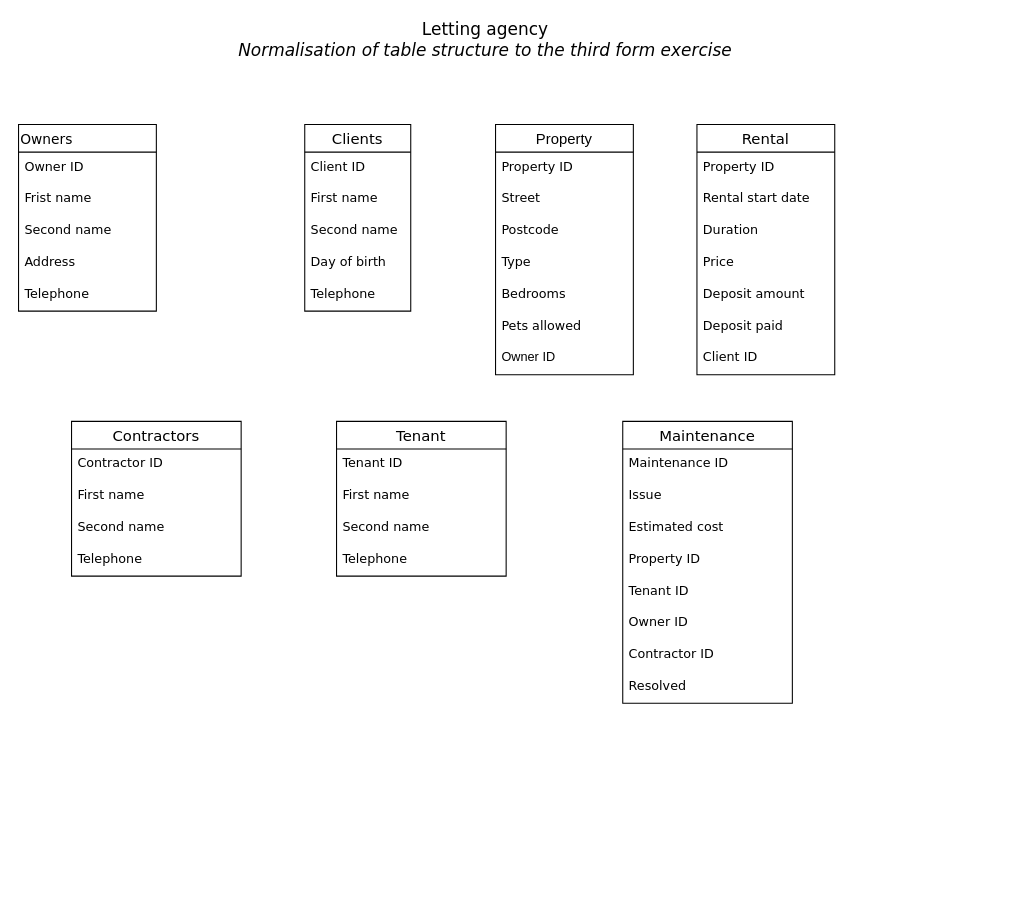
Earlier version of the draw.io diagram 3NF table structure.drawio (Richard-A-llen/Python). Source tidied: cells renumbered, new cells numbered last; positions are measured from the earlier drawing's top-left corner, leaving out a move shared by most shapes. Both pictures are drawn from the tidied source at 106%, with x=0, y=0 at pixel (18, 18).
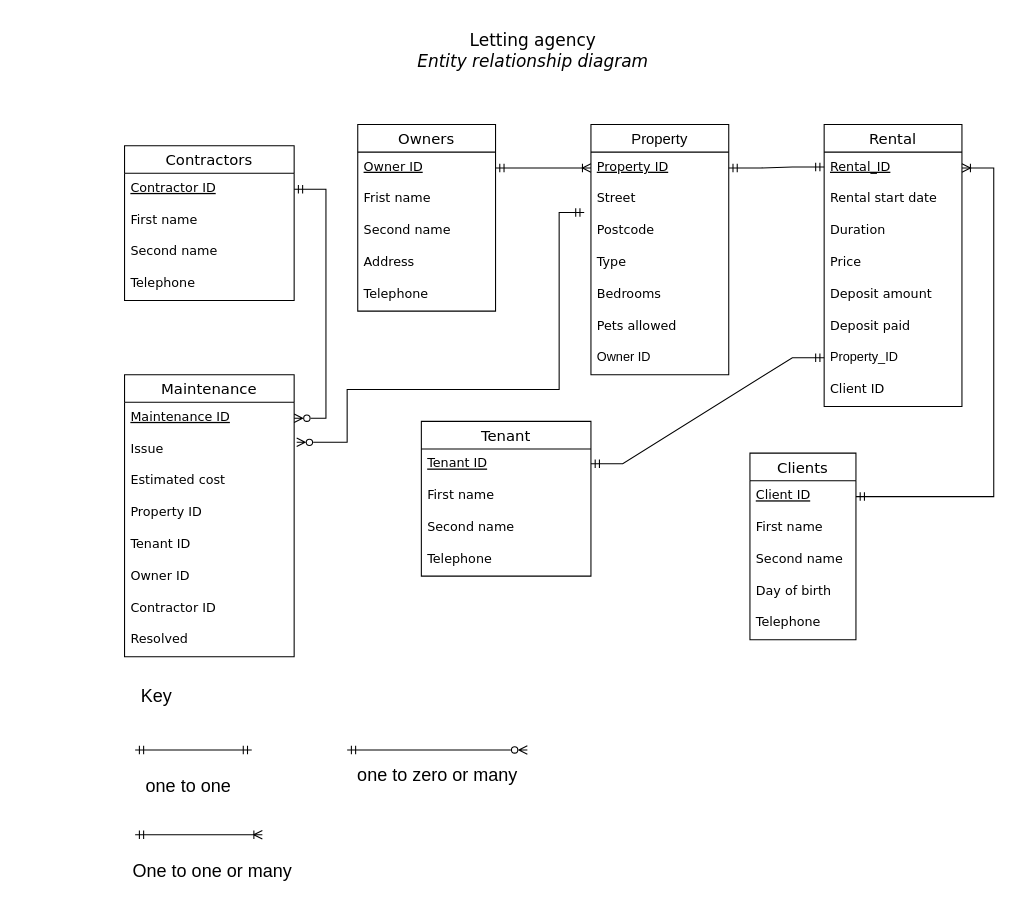
After the change.

Unchanged cells that the change refers to:
```xml
<mxCell id="11" value="Postcode" style="text;strokeColor=none;fillColor=none;spacingLeft=4;spacingRight=4;overflow=hidden;points=[[0,0.5],[1,0.5]];portConstraint=eastwest;fontSize=12;fontFamily=Verdana;" parent="8" vertex="1">
  <mxGeometry y="86" width="130" height="30" as="geometry" />
</mxCell>
<mxCell id="37" value="Issue" style="text;strokeColor=none;fillColor=none;spacingLeft=4;spacingRight=4;overflow=hidden;points=[[0,0.5],[1,0.5]];portConstraint=eastwest;fontSize=12;fontFamily=Verdana;" parent="35" vertex="1">
  <mxGeometry y="56" width="160" height="30" as="geometry" />
</mxCell>
```

Change to the diagram source:
```diff
@@
-    <mxCell id="2" value="Owners" style="swimlane;fontStyle=0;horizontal=1;startSize=26;align=left;fontSize=13;fontFamily=Verdana;" parent="1" vertex="1">
-      <mxGeometry y="100" width="130" height="176" as="geometry" />
+    <mxCell id="2" value="Owners" style="swimlane;fontStyle=0;horizontal=1;startSize=26;align=center;fontSize=14;fontFamily=Verdana;" parent="1" vertex="1">
+      <mxGeometry x="320" y="100" width="130" height="176" as="geometry" />
     </mxCell>
-    <mxCell id="3" value="Owner ID" style="text;strokeColor=none;fillColor=none;spacingLeft=4;spacingRight=4;overflow=hidden;fontSize=12;fontFamily=Verdana;align=left;" parent="2" vertex="1">
+    <mxCell id="3" value="Owner ID" style="text;strokeColor=none;fillColor=none;spacingLeft=4;spacingRight=4;overflow=hidden;fontSize=12;fontFamily=Verdana;align=left;fontStyle=4;" parent="2" vertex="1">
       <mxGeometry y="26" width="130" height="30" as="geometry" />
     </mxCell>
@@
     <mxCell id="8" value="Property" style="swimlane;fontStyle=0;horizontal=1;startSize=26;align=center;fontSize=14;fontFamily=Helvetica;" parent="1" vertex="1">
-      <mxGeometry x="450" y="100" width="130" height="236" as="geometry" />
+      <mxGeometry x="540" y="100" width="130" height="236" as="geometry" />
     </mxCell>
-    <mxCell id="9" value="Property ID" style="text;strokeColor=none;fillColor=none;spacingLeft=4;spacingRight=4;overflow=hidden;points=[[0,0.5],[1,0.5]];portConstraint=eastwest;fontSize=12;fontFamily=Verdana;" parent="8" vertex="1">
+    <mxCell id="9" value="Property ID" style="text;strokeColor=none;fillColor=none;spacingLeft=4;spacingRight=4;overflow=hidden;points=[[0,0.5],[1,0.5]];portConstraint=eastwest;fontSize=12;fontFamily=Verdana;fontStyle=4;" parent="8" vertex="1">
       <mxGeometry y="26" width="130" height="30" as="geometry" />
     </mxCell>
@@
     <mxCell id="16" value="Rental" style="swimlane;fontStyle=0;horizontal=1;startSize=26;align=center;fontSize=14;fontFamily=Verdana;" parent="1" vertex="1">
-      <mxGeometry x="640" y="100" width="130" height="236" as="geometry" />
+      <mxGeometry x="760" y="100" width="130" height="266" as="geometry" />
     </mxCell>
-    <mxCell id="17" value="Property ID" style="text;strokeColor=none;fillColor=none;spacingLeft=4;spacingRight=4;overflow=hidden;points=[[0,0.5],[1,0.5]];portConstraint=eastwest;fontSize=12;fontFamily=Verdana;" parent="16" vertex="1">
+    <mxCell id="17" value="Rental_ID" style="text;strokeColor=none;fillColor=none;spacingLeft=4;spacingRight=4;overflow=hidden;points=[[0,0.5],[1,0.5]];portConstraint=eastwest;fontSize=12;fontFamily=Verdana;fontStyle=4;" parent="16" vertex="1">
       <mxGeometry y="26" width="130" height="30" as="geometry" />
     </mxCell>
@@
+    <mxCell id="50" value="Property_ID" style="text;strokeColor=none;fillColor=none;spacingLeft=4;spacingRight=4;overflow=hidden;fontSize=12;dashed=1;" parent="16" vertex="1">
+      <mxGeometry y="206" width="130" height="30" as="geometry" />
+    </mxCell>
-    <mxCell id="23" value="Client ID" style="text;strokeColor=none;fillColor=none;spacingLeft=4;spacingRight=4;overflow=hidden;fontSize=12;fontFamily=Verdana;" parent="16" vertex="1">
-      <mxGeometry y="206" width="130" height="30" as="geometry" />
+    <mxCell id="23" value="Client ID" style="text;strokeColor=none;fillColor=none;spacingLeft=4;spacingRight=4;overflow=hidden;fontSize=12;fontFamily=Verdana;fontStyle=0;dashed=1;strokeWidth=2;perimeterSpacing=5;verticalAlign=top;" parent="16" vertex="1">
+      <mxGeometry y="236" width="130" height="30" as="geometry" />
     </mxCell>
     <mxCell id="24" value="Contractors" style="swimlane;fontStyle=0;horizontal=1;startSize=26;align=center;fontSize=14;fontFamily=Verdana;" parent="1" vertex="1">
-      <mxGeometry x="50" y="380" width="160" height="146" as="geometry" />
+      <mxGeometry x="100" y="120" width="160" height="146" as="geometry" />
     </mxCell>
-    <mxCell id="25" value="Contractor ID" style="text;strokeColor=none;fillColor=none;spacingLeft=4;spacingRight=4;overflow=hidden;points=[[0,0.5],[1,0.5]];portConstraint=eastwest;fontSize=12;fontFamily=Verdana;" parent="24" vertex="1">
+    <mxCell id="25" value="Contractor ID" style="text;strokeColor=none;fillColor=none;spacingLeft=4;spacingRight=4;overflow=hidden;points=[[0,0.5],[1,0.5]];portConstraint=eastwest;fontSize=12;fontFamily=Verdana;fontStyle=4;" parent="24" vertex="1">
       <mxGeometry y="26" width="160" height="30" as="geometry" />
     </mxCell>
@@
     <mxCell id="29" value="Clients" style="swimlane;fontStyle=0;horizontal=1;startSize=26;align=center;fontSize=14;fontFamily=Verdana;" parent="1" vertex="1">
-      <mxGeometry x="270" y="100" width="100" height="176" as="geometry" />
+      <mxGeometry x="690" y="410" width="100" height="176" as="geometry" />
     </mxCell>
-    <mxCell id="30" value="Client ID" style="text;strokeColor=none;fillColor=none;spacingLeft=4;spacingRight=4;overflow=hidden;points=[[0,0.5],[1,0.5]];portConstraint=eastwest;fontSize=12;fontFamily=Verdana;align=left;" parent="29" vertex="1">
+    <mxCell id="30" value="Client ID" style="text;strokeColor=none;fillColor=none;spacingLeft=4;spacingRight=4;overflow=hidden;points=[[0,0.5],[1,0.5]];portConstraint=eastwest;fontSize=12;fontFamily=Verdana;align=left;fontStyle=4;" parent="29" vertex="1">
       <mxGeometry y="26" width="100" height="30" as="geometry" />
     </mxCell>
@@
     <mxCell id="35" value="Maintenance" style="swimlane;fontStyle=0;horizontal=1;startSize=26;align=center;fontSize=14;fontFamily=Verdana;" parent="1" vertex="1">
-      <mxGeometry x="570" y="380" width="160" height="266" as="geometry" />
+      <mxGeometry x="100" y="336" width="160" height="266" as="geometry" />
     </mxCell>
-    <mxCell id="36" value="Maintenance ID" style="text;strokeColor=none;fillColor=none;spacingLeft=4;spacingRight=4;overflow=hidden;points=[[0,0.5],[1,0.5]];portConstraint=eastwest;fontSize=12;fontFamily=Verdana;" parent="35" vertex="1">
+    <mxCell id="36" value="Maintenance ID" style="text;strokeColor=none;fillColor=none;spacingLeft=4;spacingRight=4;overflow=hidden;points=[[0,0.5],[1,0.5]];portConstraint=eastwest;fontSize=12;fontFamily=Verdana;fontStyle=4;" parent="35" vertex="1">
       <mxGeometry y="26" width="160" height="30" as="geometry" />
     </mxCell>
@@
     <mxCell id="44" value="Tenant" style="swimlane;fontStyle=0;horizontal=1;startSize=26;align=center;fontSize=14;fontFamily=Verdana;" parent="1" vertex="1">
-      <mxGeometry x="300" y="380" width="160" height="146" as="geometry" />
+      <mxGeometry x="380" y="380" width="160" height="146" as="geometry" />
     </mxCell>
-    <mxCell id="45" value="Tenant ID" style="text;strokeColor=none;fillColor=none;spacingLeft=4;spacingRight=4;overflow=hidden;fontSize=12;fontFamily=Verdana;" parent="44" vertex="1">
+    <mxCell id="45" value="Tenant ID" style="text;strokeColor=none;fillColor=none;spacingLeft=4;spacingRight=4;overflow=hidden;fontSize=12;fontFamily=Verdana;fontStyle=4;" parent="44" vertex="1">
       <mxGeometry y="26" width="160" height="30" as="geometry" />
     </mxCell>
@@
-    <mxCell id="49" value="&lt;font style=&quot;font-size: 16px&quot;&gt;Letting agency&lt;br&gt;&lt;i&gt;Normalisation of table structure to the third form exercise&lt;/i&gt;&lt;br&gt;&lt;/font&gt;" style="text;html=1;align=center;verticalAlign=middle;strokeColor=none;fillColor=none;fontSize=13;fontFamily=Verdana;" parent="1" vertex="1">
-      <mxGeometry x="200" width="480" height="40" as="geometry" />
+    <mxCell id="49" value="&lt;font style=&quot;font-size: 16px&quot;&gt;Letting agency&lt;br&gt;&lt;i&gt;Entity relationship diagram&lt;/i&gt;&lt;br&gt;&lt;/font&gt;" style="text;html=1;align=center;verticalAlign=middle;strokeColor=none;fillColor=none;fontSize=13;fontFamily=Verdana;" parent="1" vertex="1">
+      <mxGeometry x="370" y="10" width="230" height="40" as="geometry" />
     </mxCell>
+    <mxCell id="51" style="edgeStyle=entityRelationEdgeStyle;fontSize=12;html=1;endArrow=ERmandOne;startArrow=ERmandOne;rounded=0;exitX=1;exitY=0.5;exitDx=0;exitDy=0;" parent="1" edge="1" source="9">
+      <mxGeometry relative="1" as="geometry">
+        <mxPoint x="760" y="140" as="targetPoint" />
+      </mxGeometry>
+    </mxCell>
+    <mxCell id="52" style="edgeStyle=entityRelationEdgeStyle;fontSize=12;html=1;endArrow=ERoneToMany;startArrow=ERmandOne;rounded=0;entryX=0;entryY=0.5;entryDx=0;entryDy=0;strokeWidth=1;startFill=0;" parent="1" edge="1" target="9">
+      <mxGeometry relative="1" as="geometry">
+        <mxPoint x="450" y="141" as="sourcePoint" />
+      </mxGeometry>
+    </mxCell>
+    <mxCell id="53" style="edgeStyle=entityRelationEdgeStyle;fontSize=12;html=1;endArrow=ERoneToMany;startArrow=ERmandOne;rounded=0;strokeWidth=1;endFill=0;" parent="1" edge="1" source="30" target="17">
+      <mxGeometry relative="1" as="geometry" />
+    </mxCell>
+    <mxCell id="54" style="edgeStyle=none;rounded=0;orthogonalLoop=1;jettySize=auto;html=1;exitX=0.75;exitY=0;exitDx=0;exitDy=0;endArrow=ERone;endFill=0;strokeWidth=1;" parent="1" edge="1" source="44" target="44">
+      <mxGeometry relative="1" as="geometry" />
+    </mxCell>
+    <mxCell id="55" style="edgeStyle=entityRelationEdgeStyle;fontSize=12;html=1;endArrow=ERmandOne;startArrow=ERmandOne;rounded=0;strokeWidth=1;" parent="1" edge="1">
+      <mxGeometry relative="1" as="geometry">
+        <mxPoint x="540" y="420" as="sourcePoint" />
+        <mxPoint x="760" y="320" as="targetPoint" />
+      </mxGeometry>
+    </mxCell>
+    <mxCell id="56" style="edgeStyle=entityRelationEdgeStyle;fontSize=12;html=1;endArrow=ERmandOne;startArrow=ERzeroToMany;rounded=0;strokeWidth=1;endFill=0;startFill=0;" parent="1" edge="1" source="36" target="25">
+      <mxGeometry relative="1" as="geometry" />
+    </mxCell>
+    <mxCell id="57" style="edgeStyle=orthogonalEdgeStyle;fontSize=12;html=1;endArrow=ERmandOne;startArrow=ERzeroToMany;strokeWidth=1;entryX=-0.049;entryY=-0.1;entryDx=0;entryDy=0;entryPerimeter=0;exitX=1.015;exitY=0.26;exitDx=0;exitDy=0;exitPerimeter=0;rounded=0;startFill=0;endFill=0;" parent="1" edge="1" source="37" target="11">
+      <mxGeometry relative="1" as="geometry">
+        <Array as="points">
+          <mxPoint x="310" y="400" />
+          <mxPoint x="310" y="350" />
+          <mxPoint x="510" y="350" />
+          <mxPoint x="510" y="183" />
+        </Array>
+      </mxGeometry>
+    </mxCell>
+    <mxCell id="58" value="&lt;font style=&quot;font-size: 17px&quot;&gt;Key&lt;/font&gt;" style="text;html=1;align=center;verticalAlign=middle;strokeColor=none;fillColor=none;" parent="1" vertex="1">
+      <mxGeometry x="110" y="630" width="40" height="20" as="geometry" />
+    </mxCell>
+    <mxCell id="59" style="edgeStyle=entityRelationEdgeStyle;fontSize=12;html=1;endArrow=ERmandOne;startArrow=ERmandOne;rounded=0;strokeWidth=1;" parent="1" edge="1">
+      <mxGeometry relative="1" as="geometry">
+        <mxPoint x="110" y="690" as="sourcePoint" />
+        <mxPoint x="220" y="690" as="targetPoint" />
+      </mxGeometry>
+    </mxCell>
+    <mxCell id="60" style="edgeStyle=entityRelationEdgeStyle;fontSize=12;html=1;endArrow=ERoneToMany;startArrow=ERmandOne;rounded=0;strokeWidth=1;endFill=0;" parent="1" edge="1">
+      <mxGeometry relative="1" as="geometry">
+        <mxPoint x="110" y="770" as="sourcePoint" />
+        <mxPoint x="230" y="770" as="targetPoint" />
+      </mxGeometry>
+    </mxCell>
+    <mxCell id="61" value="One to one or many&amp;nbsp;" style="text;html=1;align=center;verticalAlign=middle;strokeColor=none;fillColor=none;fontSize=17;" parent="1" vertex="1">
+      <mxGeometry x="100" y="790" width="170" height="30" as="geometry" />
+    </mxCell>
+    <mxCell id="62" style="fontSize=12;html=1;endArrow=ERmandOne;startArrow=ERzeroToMany;rounded=0;strokeWidth=1;endFill=0;startFill=0;" parent="1" edge="1">
+      <mxGeometry relative="1" as="geometry">
+        <mxPoint x="480" y="690" as="sourcePoint" />
+        <mxPoint x="310" y="690" as="targetPoint" />
+      </mxGeometry>
+    </mxCell>
+    <mxCell id="63" value="one to zero or many" style="text;html=1;align=center;verticalAlign=middle;strokeColor=none;fillColor=none;fontSize=17;" parent="1" vertex="1">
+      <mxGeometry x="310" y="700" width="170" height="30" as="geometry" />
+    </mxCell>
+    <mxCell id="64" value="one to one" style="text;html=1;align=center;verticalAlign=middle;strokeColor=none;fillColor=none;fontSize=17;" parent="1" vertex="1">
+      <mxGeometry x="110" y="710" width="100" height="30" as="geometry" />
+    </mxCell>
```
